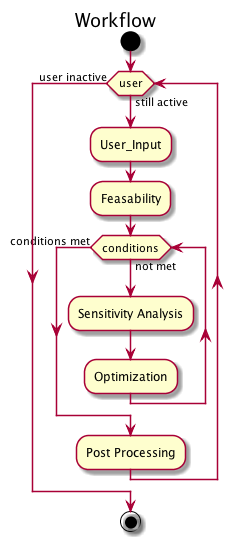
timothodge/IMSM_Sandia_2015 keeps this PlantUML diagram as Report/IMSM_Workflow.png. Above is the earlier version.
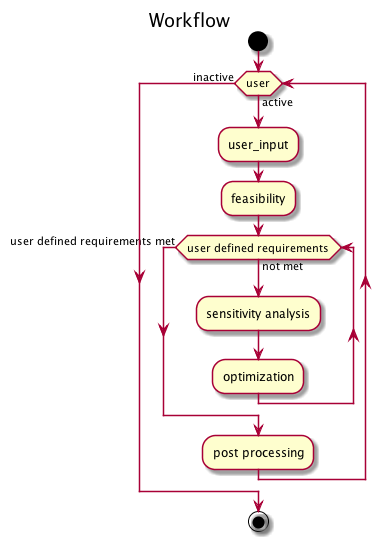
The same diagram one commit later.

What changed in the source:
```diff
@@ -2,17 +2,17 @@
 title Workflow
 
 start
-while (user) is (still active)
-:User_Input;
-:Feasability;
-while (conditions) is (not met)
-:Sensitivity Analysis;
+while (user) is (active)
+:user_input;
+:feasibility;
+while (user defined requirements) is (not met)
+:sensitivity analysis;
 
-:Optimization;
-endwhile (conditions met)
-:Post Processing;
+:optimization;
+endwhile (user defined requirements met)
+:post processing;
 
-endwhile(user inactive)
+endwhile(inactive)
 
 
 
```
